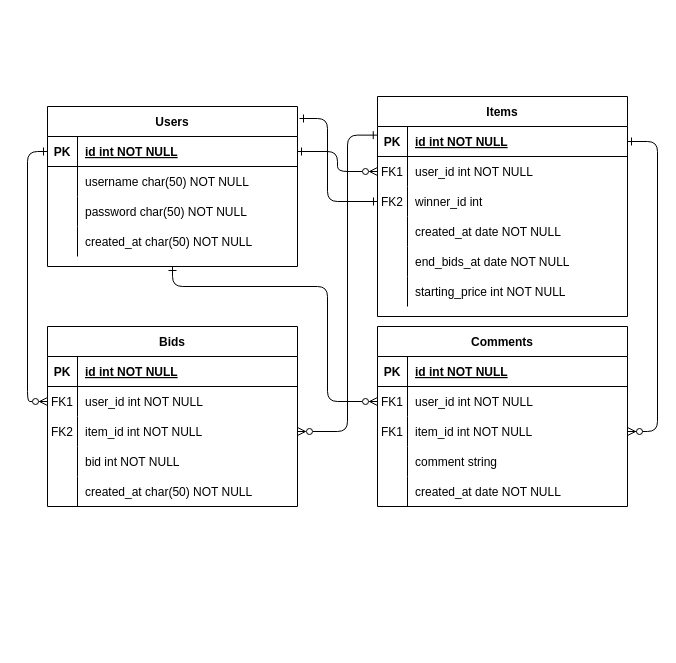
Above: backend/src/db/Diagram.drawio in aouiniamine/auction.it (draw.io), before the change. Source tidied: cells renumbered, new cells numbered last; positions are measured from the earlier drawing's top-left corner, leaving out a move shared by most shapes. Both pictures are drawn from the tidied source at 100%, with x=0, y=0 at pixel (47, 96).
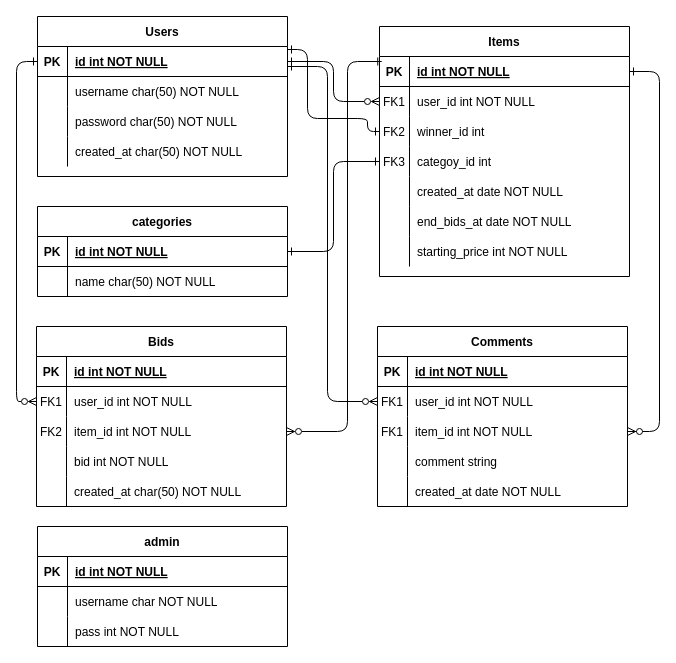
The same page after the edit.

Unchanged cells that the change refers to:
```xml
<mxCell id="4" style="shape=partialRectangle;fillColor=none;points=[[0,0.5],[1,0.5]];portConstraint=eastwest;top=0;left=0;right=0;bottom=1;" parent="3" vertex="1">
  <mxGeometry y="30" width="250" height="30" as="geometry" />
</mxCell>
<mxCell id="10" style="shape=partialRectangle;fillColor=none;points=[[0,0.5],[1,0.5]];portConstraint=eastwest;top=0;left=0;right=0;bottom=0;" parent="3" vertex="1">
  <mxGeometry y="90" width="250" height="30" as="geometry" />
</mxCell>
<mxCell id="26" style="shape=partialRectangle;fillColor=none;points=[[0,0.5],[1,0.5]];portConstraint=eastwest;top=0;left=0;right=0;bottom=0;" parent="22" vertex="1">
  <mxGeometry y="60" width="250" height="30" as="geometry" />
</mxCell>
<mxCell id="39" style="shape=partialRectangle;fillColor=none;points=[[0,0.5],[1,0.5]];portConstraint=eastwest;top=0;left=0;right=0;bottom=1;" parent="38" vertex="1">
  <mxGeometry y="30" width="250" height="30" as="geometry" />
</mxCell>
<mxCell id="60" style="shape=partialRectangle;fillColor=none;points=[[0,0.5],[1,0.5]];portConstraint=eastwest;top=0;left=0;right=0;bottom=0;" parent="53" vertex="1">
  <mxGeometry y="90" width="250" height="30" as="geometry" />
</mxCell>
```

Diff of the diagram source:
```diff
@@
     <mxCell id="3" value="Items" style="shape=table;startSize=30;childLayout=tableLayout;rowLines=0;fontStyle=1;align=center;" parent="1" vertex="1">
-      <mxGeometry x="330" width="250" height="220" as="geometry" />
+      <mxGeometry x="332" y="-70" width="250" height="250" as="geometry" />
     </mxCell>
@@
+    <mxCell id="72" style="shape=partialRectangle;fillColor=none;points=[[0,0.5],[1,0.5]];portConstraint=eastwest;top=0;left=0;right=0;bottom=0;" parent="3" vertex="1">
+      <mxGeometry y="120" width="250" height="30" as="geometry" />
+    </mxCell>
+    <mxCell id="73" value="FK3" style="shape=partialRectangle;overflow=hidden;fillColor=none;top=0;left=0;bottom=0;right=0;" parent="72" vertex="1">
+      <mxGeometry width="30" height="30" as="geometry" />
+    </mxCell>
+    <mxCell id="74" value="categoy_id int" style="shape=partialRectangle;overflow=hidden;fillColor=none;top=0;left=0;bottom=0;right=0;align=left;spacingLeft=6;" parent="72" vertex="1">
+      <mxGeometry x="30" width="220" height="30" as="geometry" />
+    </mxCell>
     <mxCell id="13" style="shape=partialRectangle;fillColor=none;top=0;left=0;right=0;bottom=0;" parent="3" vertex="1">
-      <mxGeometry y="120" width="250" height="30" as="geometry" />
+      <mxGeometry y="150" width="250" height="30" as="geometry" />
     </mxCell>
@@
     <mxCell id="16" style="shape=partialRectangle;fillColor=none;top=0;left=0;right=0;bottom=0;" parent="3" vertex="1">
-      <mxGeometry y="150" width="250" height="30" as="geometry" />
+      <mxGeometry y="180" width="250" height="30" as="geometry" />
     </mxCell>
@@
     <mxCell id="19" style="shape=partialRectangle;fillColor=none;top=0;left=0;right=0;bottom=0;" parent="3" vertex="1">
-      <mxGeometry y="180" width="250" height="30" as="geometry" />
+      <mxGeometry y="210" width="250" height="30" as="geometry" />
     </mxCell>
@@
     <mxCell id="38" value="Users" style="shape=table;startSize=30;childLayout=tableLayout;rowLines=0;fontStyle=1;align=center;" parent="1" vertex="1">
-      <mxGeometry y="10" width="250" height="160" as="geometry" />
+      <mxGeometry x="-10" y="-80" width="250" height="160" as="geometry" />
     </mxCell>
@@
-    <mxCell id="52" style="edgeStyle=orthogonalEdgeStyle;rounded=1;jettySize=auto;html=1;exitX=0;exitY=0.5;exitDx=0;exitDy=0;startArrow=ERzeroToMany;startFill=0;endArrow=ERone;endFill=0;curved=0;entryX=0.5;entryY=1;entryDx=0;entryDy=0;" parent="1" edge="1" source="26" target="38">
+    <mxCell id="52" style="edgeStyle=orthogonalEdgeStyle;rounded=1;jettySize=auto;html=1;exitX=0;exitY=0.5;exitDx=0;exitDy=0;startArrow=ERzeroToMany;startFill=0;endArrow=ERone;endFill=0;curved=0;" parent="1" edge="1" source="26" target="39">
       <mxGeometry relative="1" as="geometry">
         <Array as="points">
           <mxPoint x="280" y="305" />
-          <mxPoint x="280" y="190" />
-          <mxPoint x="125" y="190" />
+          <mxPoint x="280" y="-30" />
         </Array>
       </mxGeometry>
     </mxCell>
     <mxCell id="53" value="Bids" style="shape=table;startSize=30;childLayout=tableLayout;rowLines=0;fontStyle=1;align=center;" parent="1" vertex="1">
-      <mxGeometry y="230" width="250" height="180" as="geometry" />
+      <mxGeometry x="-11" y="230" width="250" height="180" as="geometry" />
     </mxCell>
@@
-    <mxCell id="70" style="edgeStyle=orthogonalEdgeStyle;rounded=1;jettySize=auto;html=1;exitX=1;exitY=0.5;exitDx=0;exitDy=0;entryX=-0.001;entryY=0.288;entryDx=0;entryDy=0;entryPerimeter=0;endArrow=ERone;endFill=0;startArrow=ERzeroToMany;startFill=0;curved=0;" parent="1" edge="1" source="60" target="4">
+    <mxCell id="70" style="edgeStyle=orthogonalEdgeStyle;rounded=1;jettySize=auto;html=1;exitX=1;exitY=0.5;exitDx=0;exitDy=0;entryX=0.009;entryY=0.167;entryDx=0;entryDy=0;entryPerimeter=0;endArrow=ERone;endFill=0;startArrow=ERzeroToMany;startFill=0;curved=0;" parent="1" edge="1" source="60" target="4">
       <mxGeometry relative="1" as="geometry">
         <Array as="points">
           <mxPoint x="300" y="335" />
-          <mxPoint x="300" y="39" />
+          <mxPoint x="300" y="-35" />
         </Array>
       </mxGeometry>
     </mxCell>
-    <mxCell id="71" style="edgeStyle=orthogonalEdgeStyle;rounded=1;jettySize=auto;html=1;exitX=0;exitY=0.5;exitDx=0;exitDy=0;entryX=1.008;entryY=0.075;entryDx=0;entryDy=0;entryPerimeter=0;startArrow=ERone;startFill=0;endArrow=ERone;endFill=0;curved=0;" parent="1" edge="1" source="10" target="38">
+    <mxCell id="71" style="edgeStyle=orthogonalEdgeStyle;rounded=1;jettySize=auto;html=1;exitX=0;exitY=0.5;exitDx=0;exitDy=0;startArrow=ERone;startFill=0;endArrow=ERone;endFill=0;curved=0;" parent="1" edge="1" source="10">
       <mxGeometry relative="1" as="geometry">
+        <mxPoint x="240" y="-47" as="targetPoint" />
         <Array as="points">
-          <mxPoint x="280" y="105" />
-          <mxPoint x="280" y="22" />
+          <mxPoint x="320" y="35" />
+          <mxPoint x="320" y="22" />
+          <mxPoint x="260" y="22" />
+          <mxPoint x="260" y="-47" />
         </Array>
       </mxGeometry>
     </mxCell>
+    <mxCell id="75" value="categories" style="shape=table;startSize=30;childLayout=tableLayout;rowLines=0;fontStyle=1;align=center;" parent="1" vertex="1">
+      <mxGeometry x="-10" y="110" width="250" height="90" as="geometry" />
+    </mxCell>
+    <mxCell id="76" style="shape=partialRectangle;fillColor=none;points=[[0,0.5],[1,0.5]];portConstraint=eastwest;top=0;left=0;right=0;bottom=1;" parent="75" vertex="1">
+      <mxGeometry y="30" width="250" height="30" as="geometry" />
+    </mxCell>
+    <mxCell id="77" value="PK" style="shape=partialRectangle;overflow=hidden;fillColor=none;top=0;left=0;bottom=0;right=0;fontStyle=1;" parent="76" vertex="1">
+      <mxGeometry width="30" height="30" as="geometry" />
+    </mxCell>
+    <mxCell id="78" value="id int NOT NULL " style="shape=partialRectangle;overflow=hidden;fillColor=none;top=0;left=0;bottom=0;right=0;align=left;spacingLeft=6;fontStyle=5;" parent="76" vertex="1">
+      <mxGeometry x="30" width="220" height="30" as="geometry" />
+    </mxCell>
+    <mxCell id="79" style="shape=partialRectangle;fillColor=none;top=0;left=0;right=0;bottom=0;" parent="75" vertex="1">
+      <mxGeometry y="60" width="250" height="30" as="geometry" />
+    </mxCell>
+    <mxCell id="80" style="shape=partialRectangle;overflow=hidden;fillColor=none;top=0;left=0;bottom=0;right=0;" parent="79" vertex="1">
+      <mxGeometry width="30" height="30" as="geometry" />
+    </mxCell>
+    <mxCell id="81" value="name char(50) NOT NULL" style="shape=partialRectangle;overflow=hidden;fillColor=none;top=0;left=0;bottom=0;right=0;align=left;spacingLeft=6;" parent="79" vertex="1">
+      <mxGeometry x="30" width="220" height="30" as="geometry" />
+    </mxCell>
+    <mxCell id="82" style="edgeStyle=orthogonalEdgeStyle;rounded=1;jettySize=auto;html=1;exitX=1;exitY=0.5;exitDx=0;exitDy=0;entryX=0;entryY=0.5;entryDx=0;entryDy=0;curved=0;startArrow=ERone;startFill=0;endArrow=ERone;endFill=0;" parent="1" edge="1" source="76" target="72">
+      <mxGeometry relative="1" as="geometry" />
+    </mxCell>
+    <mxCell id="83" value="admin" style="shape=table;startSize=30;childLayout=tableLayout;rowLines=0;fontStyle=1;align=center;" parent="1" vertex="1">
+      <mxGeometry x="-10" y="430" width="250" height="120" as="geometry" />
+    </mxCell>
+    <mxCell id="84" style="shape=partialRectangle;fillColor=none;top=0;left=0;right=0;bottom=1;" parent="83" vertex="1">
+      <mxGeometry y="30" width="250" height="30" as="geometry" />
+    </mxCell>
+    <mxCell id="85" value="PK" style="shape=partialRectangle;overflow=hidden;fillColor=none;top=0;left=0;bottom=0;right=0;fontStyle=1;" parent="84" vertex="1">
+      <mxGeometry width="30" height="30" as="geometry" />
+    </mxCell>
+    <mxCell id="86" value="id int NOT NULL " style="shape=partialRectangle;overflow=hidden;fillColor=none;top=0;left=0;bottom=0;right=0;align=left;spacingLeft=6;fontStyle=5;" parent="84" vertex="1">
+      <mxGeometry x="30" width="220" height="30" as="geometry" />
+    </mxCell>
+    <mxCell id="87" style="shape=partialRectangle;fillColor=none;top=0;left=0;right=0;bottom=0;" parent="83" vertex="1">
+      <mxGeometry y="60" width="250" height="30" as="geometry" />
+    </mxCell>
+    <mxCell id="88" style="shape=partialRectangle;overflow=hidden;fillColor=none;top=0;left=0;bottom=0;right=0;" parent="87" vertex="1">
+      <mxGeometry width="30" height="30" as="geometry" />
+    </mxCell>
+    <mxCell id="89" value="username char NOT NULL" style="shape=partialRectangle;overflow=hidden;fillColor=none;top=0;left=0;bottom=0;right=0;align=left;spacingLeft=6;" parent="87" vertex="1">
+      <mxGeometry x="30" width="220" height="30" as="geometry" />
+    </mxCell>
+    <mxCell id="90" style="shape=partialRectangle;fillColor=none;top=0;left=0;right=0;bottom=0;" parent="83" vertex="1">
+      <mxGeometry y="90" width="250" height="30" as="geometry" />
+    </mxCell>
+    <mxCell id="91" style="shape=partialRectangle;overflow=hidden;fillColor=none;top=0;left=0;bottom=0;right=0;" parent="90" vertex="1">
+      <mxGeometry width="30" height="30" as="geometry" />
+    </mxCell>
+    <mxCell id="92" value="pass int NOT NULL" style="shape=partialRectangle;overflow=hidden;fillColor=none;top=0;left=0;bottom=0;right=0;align=left;spacingLeft=6;" parent="90" vertex="1">
+      <mxGeometry x="30" width="220" height="30" as="geometry" />
+    </mxCell>
```
